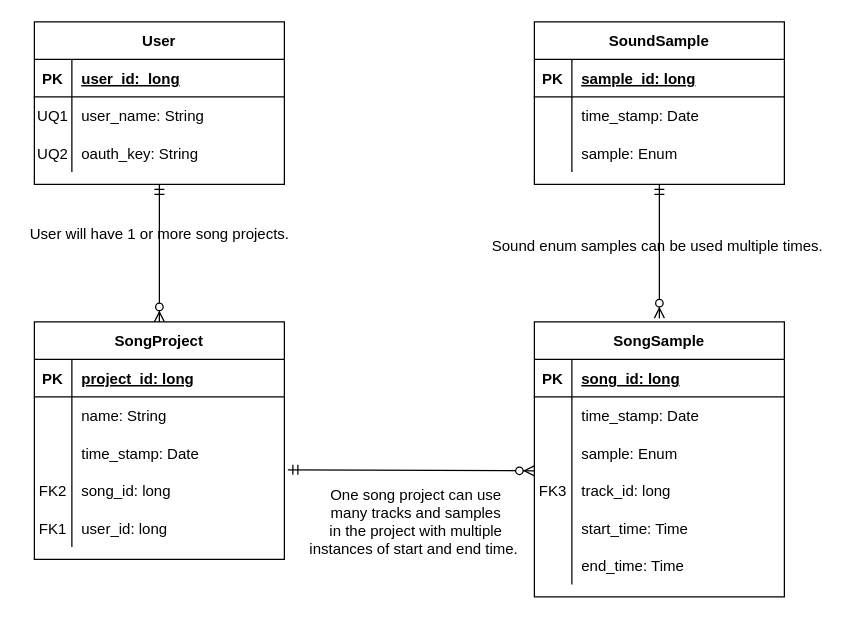
Above: docs/work/erd.drawio in sound-doodle/sound-doodle.github.io (draw.io), before the change. Source tidied: cells renumbered, new cells numbered last; positions are measured from the earlier drawing's top-left corner, leaving out a move shared by most shapes. Both pictures are drawn from the tidied source at 125%, with x=0, y=0 at pixel (21, 21).
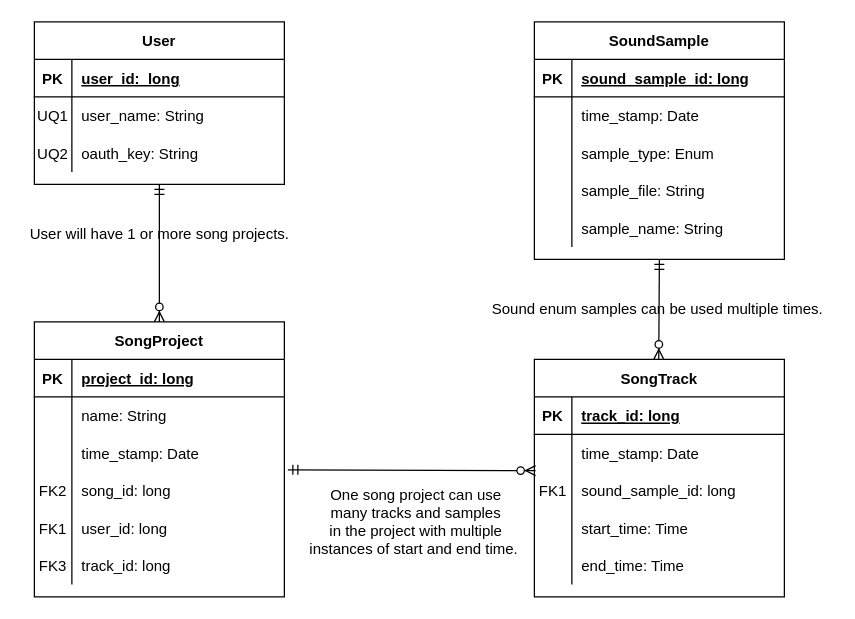
After the change.

Unchanged cells that the change refers to:
```xml
<mxCell id="3" style="shape=partialRectangle;fillColor=none;top=0;left=0;right=0;bottom=1;" parent="2" vertex="1">
  <mxGeometry y="30" width="200" height="30" as="geometry" />
</mxCell>
<mxCell id="9" style="shape=partialRectangle;fillColor=none;top=0;left=0;right=0;bottom=0;" parent="2" vertex="1">
  <mxGeometry y="90" width="200" height="30" as="geometry" />
</mxCell>
<mxCell id="13" style="shape=partialRectangle;fillColor=none;top=0;left=0;right=0;bottom=1;" parent="12" vertex="1">
  <mxGeometry y="30" width="200" height="30" as="geometry" />
</mxCell>
<mxCell id="16" style="shape=partialRectangle;fillColor=none;points=[[0,0.5],[1,0.5]];portConstraint=eastwest;top=0;left=0;right=0;bottom=0;" parent="12" vertex="1">
  <mxGeometry y="60" width="200" height="30" as="geometry" />
</mxCell>
<mxCell id="19" style="shape=partialRectangle;fillColor=none;points=[[0,0.5],[1,0.5]];portConstraint=eastwest;top=0;left=0;right=0;bottom=0;" parent="12" vertex="1">
  <mxGeometry y="90" width="200" height="30" as="geometry" />
</mxCell>
<mxCell id="51" style="shape=partialRectangle;fillColor=none;top=0;left=0;bottom=0;right=0;points=[[0,0.5],[1,0.5]];portConstraint=eastwest;" parent="41" vertex="1">
  <mxGeometry y="120" width="200" height="30" as="geometry" />
</mxCell>
```

The edit, as a diff of the source:
```diff
@@
     <mxCell id="2" value="SoundSample" style="shape=table;startSize=30;childLayout=tableLayout;rowLines=0;fontStyle=1;align=center;" parent="1" vertex="1">
-      <mxGeometry x="410" width="200" height="130" as="geometry" />
+      <mxGeometry x="410" width="200" height="190" as="geometry" />
     </mxCell>
@@
-    <mxCell id="5" value="sample_id: long" style="shape=partialRectangle;overflow=hidden;fillColor=none;top=0;left=0;bottom=0;right=0;align=left;spacingLeft=6;fontStyle=5;" parent="3" vertex="1">
+    <mxCell id="5" value="sound_sample_id: long" style="shape=partialRectangle;overflow=hidden;fillColor=none;top=0;left=0;bottom=0;right=0;align=left;spacingLeft=6;fontStyle=5;" parent="3" vertex="1">
       <mxGeometry x="30" width="170" height="30" as="geometry" />
     </mxCell>
@@
-    <mxCell id="11" value="sample: Enum" style="shape=partialRectangle;overflow=hidden;fillColor=none;top=0;left=0;bottom=0;right=0;align=left;spacingLeft=6;" parent="9" vertex="1">
+    <mxCell id="11" value="sample_type: Enum" style="shape=partialRectangle;overflow=hidden;fillColor=none;top=0;left=0;bottom=0;right=0;align=left;spacingLeft=6;" parent="9" vertex="1">
       <mxGeometry x="30" width="170" height="30" as="geometry" />
     </mxCell>
+    <mxCell id="22" style="shape=partialRectangle;fillColor=none;top=0;left=0;right=0;bottom=0;" parent="2" vertex="1">
+      <mxGeometry y="120" width="200" height="30" as="geometry" />
+    </mxCell>
+    <mxCell id="63" style="shape=partialRectangle;overflow=hidden;fillColor=none;top=0;left=0;bottom=0;right=0;" parent="22" vertex="1">
+      <mxGeometry width="30" height="30" as="geometry" />
+    </mxCell>
+    <mxCell id="64" value="sample_file: String" style="shape=partialRectangle;overflow=hidden;fillColor=none;top=0;left=0;bottom=0;right=0;align=left;spacingLeft=6;" parent="22" vertex="1">
+      <mxGeometry x="30" width="170" height="30" as="geometry" />
+    </mxCell>
+    <mxCell id="65" style="shape=partialRectangle;fillColor=none;top=0;left=0;right=0;bottom=0;" parent="2" vertex="1">
+      <mxGeometry y="150" width="200" height="30" as="geometry" />
+    </mxCell>
+    <mxCell id="66" style="shape=partialRectangle;overflow=hidden;fillColor=none;top=0;left=0;bottom=0;right=0;" parent="65" vertex="1">
+      <mxGeometry width="30" height="30" as="geometry" />
+    </mxCell>
+    <mxCell id="67" value="sample_name: String" style="shape=partialRectangle;overflow=hidden;fillColor=none;top=0;left=0;bottom=0;right=0;align=left;spacingLeft=6;" parent="65" vertex="1">
+      <mxGeometry x="30" width="170" height="30" as="geometry" />
+    </mxCell>
-    <mxCell id="12" value="SongSample" style="shape=table;startSize=30;childLayout=tableLayout;rowLines=0;fontStyle=1;align=center;" parent="1" vertex="1">
-      <mxGeometry x="410" y="240" width="200" height="220" as="geometry" />
+    <mxCell id="12" value="SongTrack" style="shape=table;startSize=30;childLayout=tableLayout;rowLines=0;fontStyle=1;align=center;" parent="1" vertex="1">
+      <mxGeometry x="410" y="270" width="200" height="190" as="geometry" />
     </mxCell>
@@
-    <mxCell id="15" value="song_id: long" style="shape=partialRectangle;overflow=hidden;fillColor=none;top=0;left=0;bottom=0;right=0;align=left;spacingLeft=6;fontStyle=5;" parent="13" vertex="1">
+    <mxCell id="15" value="track_id: long" style="shape=partialRectangle;overflow=hidden;fillColor=none;top=0;left=0;bottom=0;right=0;align=left;spacingLeft=6;fontStyle=5;" parent="13" vertex="1">
       <mxGeometry x="30" width="170" height="30" as="geometry" />
     </mxCell>
@@
-    <mxCell id="20" style="shape=partialRectangle;overflow=hidden;fillColor=none;top=0;left=0;bottom=0;right=0;" parent="19" vertex="1">
+    <mxCell id="20" value="FK1" style="shape=partialRectangle;overflow=hidden;fillColor=none;top=0;left=0;bottom=0;right=0;" parent="19" vertex="1">
       <mxGeometry width="30" height="30" as="geometry" />
     </mxCell>
-    <mxCell id="21" value="sample: Enum" style="shape=partialRectangle;overflow=hidden;fillColor=none;top=0;left=0;bottom=0;right=0;align=left;spacingLeft=6;" parent="19" vertex="1">
+    <mxCell id="21" value="sound_sample_id: long" style="shape=partialRectangle;overflow=hidden;fillColor=none;top=0;left=0;bottom=0;right=0;align=left;spacingLeft=6;" parent="19" vertex="1">
       <mxGeometry x="30" width="170" height="30" as="geometry" />
     </mxCell>
-    <mxCell id="22" style="shape=partialRectangle;fillColor=none;top=0;left=0;right=0;bottom=0;" parent="12" vertex="1">
-      <mxGeometry y="120" width="200" height="30" as="geometry" />
-    </mxCell>
-    <mxCell id="23" value="FK3" style="shape=partialRectangle;overflow=hidden;fillColor=none;top=0;left=0;bottom=0;right=0;" parent="22" vertex="1">
-      <mxGeometry width="30" height="30" as="geometry" />
-    </mxCell>
-    <mxCell id="24" value="track_id: long" style="shape=partialRectangle;overflow=hidden;fillColor=none;top=0;left=0;bottom=0;right=0;align=left;spacingLeft=6;" parent="22" vertex="1">
-      <mxGeometry x="30" width="170" height="30" as="geometry" />
-    </mxCell>
     <mxCell id="25" style="shape=partialRectangle;fillColor=none;top=0;left=0;right=0;bottom=0;" parent="12" vertex="1">
-      <mxGeometry y="150" width="200" height="30" as="geometry" />
+      <mxGeometry y="120" width="200" height="30" as="geometry" />
     </mxCell>
@@
     <mxCell id="28" style="shape=partialRectangle;fillColor=none;top=0;left=0;right=0;bottom=0;" parent="12" vertex="1">
-      <mxGeometry y="180" width="200" height="30" as="geometry" />
+      <mxGeometry y="150" width="200" height="30" as="geometry" />
     </mxCell>
@@
     <mxCell id="41" value="SongProject" style="shape=table;startSize=30;childLayout=tableLayout;rowLines=0;fontStyle=1;align=center;" parent="1" vertex="1">
-      <mxGeometry x="10" y="240" width="200" height="190" as="geometry" />
+      <mxGeometry x="10" y="240" width="200" height="220" as="geometry" />
     </mxCell>
@@
+    <mxCell id="68" style="shape=partialRectangle;fillColor=none;top=0;left=0;bottom=0;right=0;" parent="41" vertex="1">
+      <mxGeometry y="180" width="200" height="30" as="geometry" />
+    </mxCell>
+    <mxCell id="23" value="FK3" style="shape=partialRectangle;fillColor=none;top=0;left=0;bottom=0;right=0;overflow=hidden;" parent="68" vertex="1">
+      <mxGeometry width="30" height="30" as="geometry" />
+    </mxCell>
+    <mxCell id="24" value="track_id: long" style="shape=partialRectangle;fillColor=none;top=0;left=0;bottom=0;right=0;align=left;spacingLeft=6;overflow=hidden;" parent="68" vertex="1">
+      <mxGeometry x="30" width="170" height="30" as="geometry" />
+    </mxCell>
@@
     <mxCell id="58" style="fontSize=12;html=1;endArrow=ERzeroToMany;startArrow=ERmandOne;" parent="1" edge="1">
       <mxGeometry relative="1" as="geometry">
-        <mxPoint x="510" y="130" as="sourcePoint" />
-        <mxPoint x="510" y="237" as="targetPoint" />
+        <mxPoint x="510" y="190" as="sourcePoint" />
+        <mxPoint x="509.5" y="270" as="targetPoint" />
       </mxGeometry>
     </mxCell>
-    <mxCell id="59" style="fontSize=12;html=1;endArrow=ERzeroToMany;startArrow=ERmandOne;exitX=1.014;exitY=-0.056;exitDx=0;exitDy=0;exitPerimeter=0;entryX=0;entryY=0.972;entryDx=0;entryDy=0;entryPerimeter=0;" parent="1" edge="1" source="51" target="19">
+    <mxCell id="59" style="fontSize=12;html=1;endArrow=ERzeroToMany;startArrow=ERmandOne;exitX=1.014;exitY=-0.056;exitDx=0;exitDy=0;exitPerimeter=0;entryX=0.005;entryY=0.967;entryDx=0;entryDy=0;entryPerimeter=0;" parent="1" edge="1" source="51" target="16">
       <mxGeometry relative="1" as="geometry" />
     </mxCell>
@@
     <mxCell id="62" value="Sound enum samples can be used multiple times.&amp;nbsp;" style="text;html=1;align=center;verticalAlign=middle;strokeColor=none;" parent="1" vertex="1">
-      <mxGeometry x="370" y="170" width="280" height="20" as="geometry" />
+      <mxGeometry x="370" y="220" width="280" height="20" as="geometry" />
     </mxCell>
```
